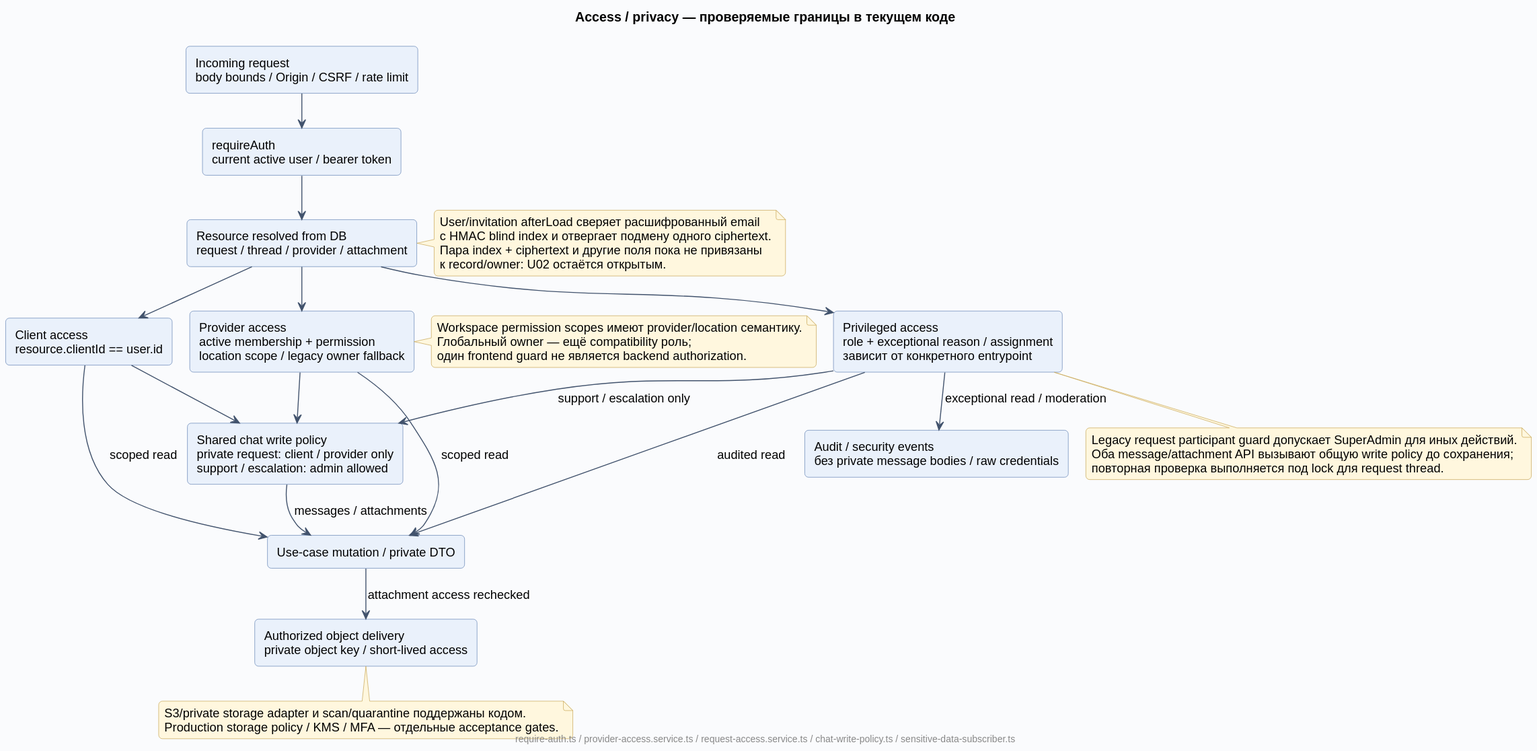
Earlier version of the PlantUML export docs/diagrams/rendered/09-access-privacy.svg (Dima163163/auto-care-hub).
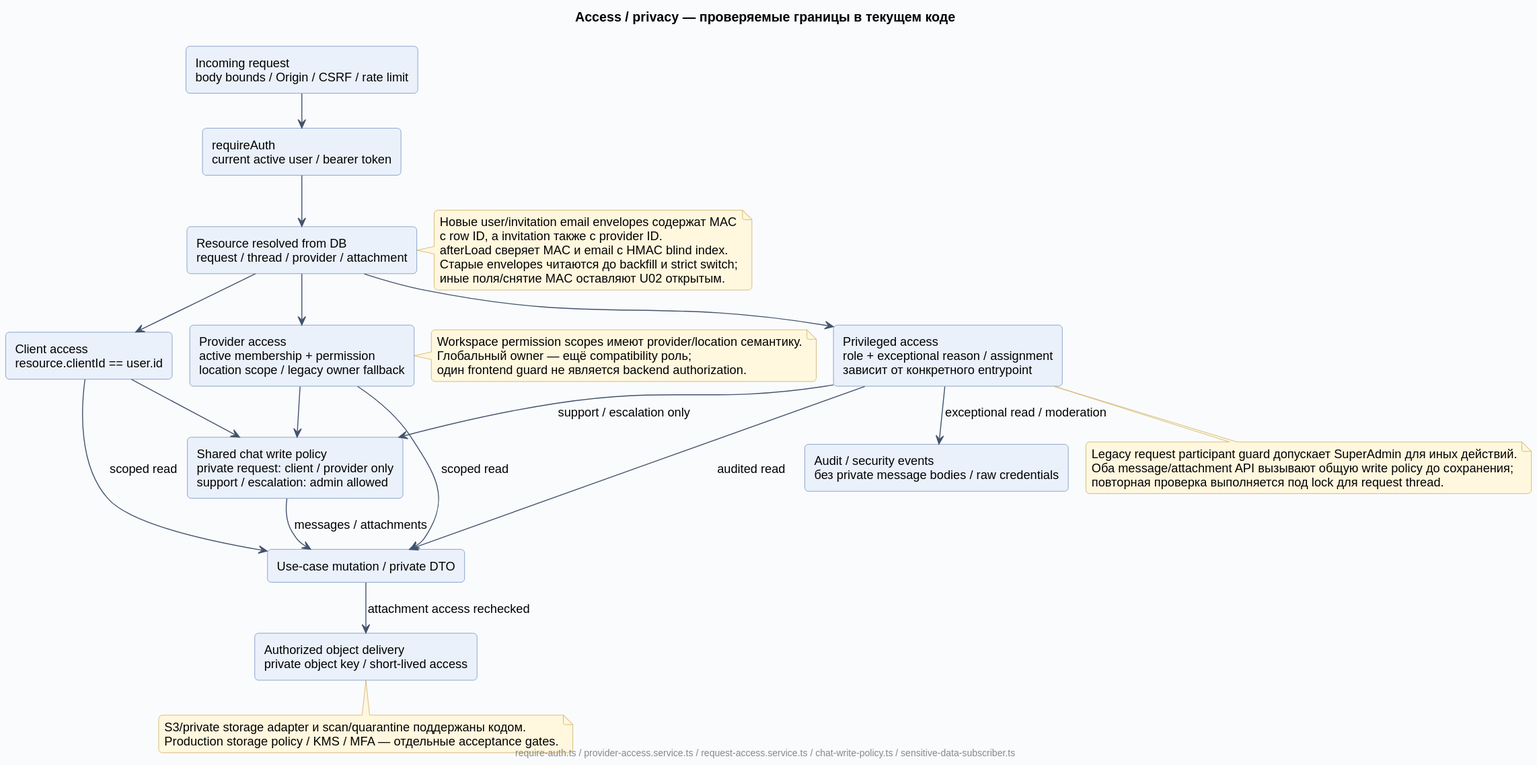
After the change.

The edit, as a diff of the source:
```diff
@@ -32,10 +32,11 @@
   один frontend guard не является backend authorization.
 end note
 note right of Resource
-  User/invitation afterLoad сверяет расшифрованный email
-  с HMAC blind index и отвергает подмену одного ciphertext.
-  Пара index + ciphertext и другие поля пока не привязаны
-  к record/owner: U02 остаётся открытым.
+  Новые user/invitation email envelopes содержат MAC
+  с row ID, а invitation также с provider ID.
+  afterLoad сверяет MAC и email с HMAC blind index.
+  Старые envelopes читаются до backfill и strict switch;
+  иные поля/снятие MAC оставляют U02 открытым.
 end note
 note bottom of Admin
   Legacy request participant guard допускает SuperAdmin для иных действий.
```
